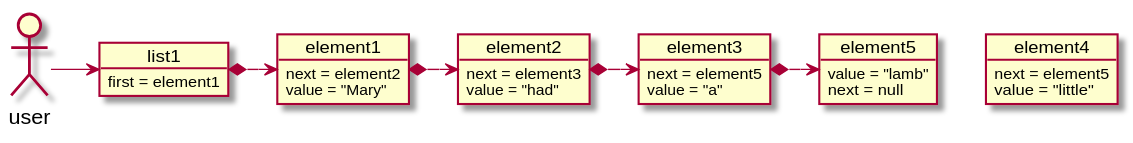
The PlantUML diagram assets/list-od_002.svg in Aliracker/refresher, before a commit.
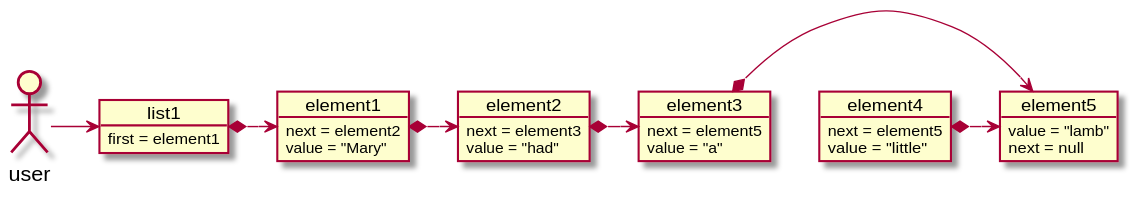
Above is the later version.

The edit, as a diff of the source:
```diff
@@ -38,5 +38,6 @@
 element1 *-right-> element2
 element2 *-right-> element3
 element3 *-right-> element5
+element4 *-right-> element5
 
 @enduml
```
